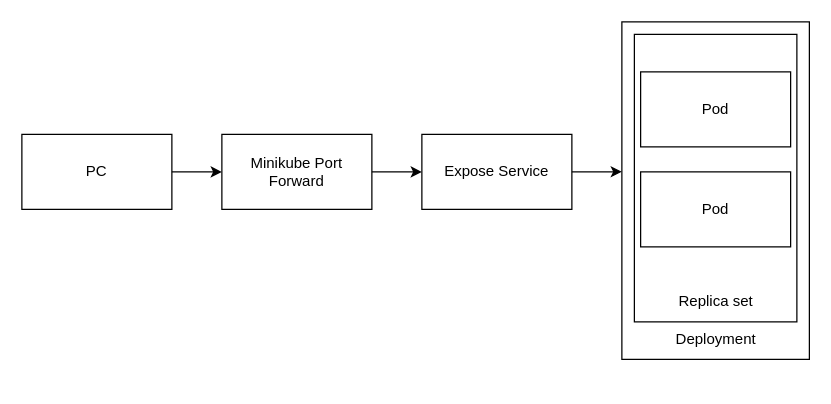
Before: lab2/Диаграмма без названия.drawio in Krylovv/2022_2023-introduction_to_distributed_technologies-k4110c-krylov_a_e, a draw.io diagram. Source tidied: cells renumbered, new cells numbered last; positions are measured from the earlier drawing's top-left corner, leaving out a move shared by most shapes. Both pictures are drawn from the tidied source at 125%, with x=0, y=0 at pixel (21, 21).
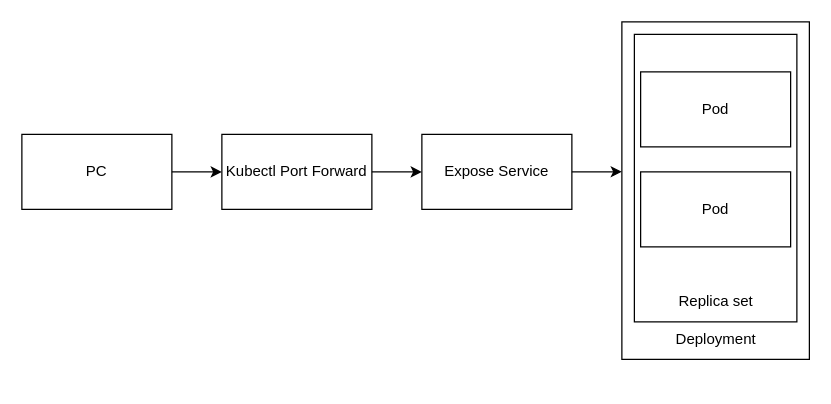
After the change.

Diff of the diagram source:
```diff
@@
 <mxGraphModel>
   <root>
     <mxCell id="0" />
     <mxCell id="1" parent="0" />
     <mxCell id="2" value="&lt;p style=&quot;line-height: 120%;&quot;&gt;&lt;br&gt;&lt;/p&gt;" style="rounded=0;whiteSpace=wrap;html=1;align=left;" parent="1" vertex="1">
       <mxGeometry x="480" width="150" height="270" as="geometry" />
     </mxCell>
     <mxCell id="3" value="&lt;p&gt;&lt;font style=&quot;font-size: 12px; font-weight: normal;&quot;&gt;Deployment&lt;/font&gt;&lt;/p&gt;" style="text;strokeColor=none;fillColor=none;html=1;fontSize=24;fontStyle=1;verticalAlign=middle;align=center;" parent="1" vertex="1">
       <mxGeometry x="505" y="230" width="100" height="40" as="geometry" />
     </mxCell>
     <mxCell id="4" style="rounded=0;whiteSpace=wrap;html=1;fontSize=12;" parent="1" vertex="1">
       <mxGeometry x="490" y="10" width="130" height="230" as="geometry" />
     </mxCell>
     <mxCell id="5" value="&lt;span style=&quot;font-weight: normal;&quot;&gt;&lt;font style=&quot;font-size: 12px;&quot;&gt;Replica set&lt;/font&gt;&lt;/span&gt;" style="text;strokeColor=none;fillColor=none;html=1;fontSize=24;fontStyle=1;verticalAlign=middle;align=center;" parent="1" vertex="1">
       <mxGeometry x="505" y="200" width="100" height="40" as="geometry" />
     </mxCell>
     <mxCell id="6" value="Pod" style="rounded=0;whiteSpace=wrap;html=1;fontSize=12;" parent="1" vertex="1">
       <mxGeometry x="495" y="40" width="120" height="60" as="geometry" />
     </mxCell>
     <mxCell id="7" value="Pod" style="rounded=0;whiteSpace=wrap;html=1;fontSize=12;" parent="1" vertex="1">
       <mxGeometry x="495" y="120" width="120" height="60" as="geometry" />
     </mxCell>
     <mxCell id="8" value="Expose Service" style="rounded=0;whiteSpace=wrap;html=1;fontSize=12;" parent="1" vertex="1">
       <mxGeometry x="320" y="90" width="120" height="60" as="geometry" />
     </mxCell>
     <mxCell id="9" style="endArrow=classic;html=1;rounded=0;fontSize=12;exitX=1;exitY=0.5;exitDx=0;exitDy=0;entryX=0;entryY=0.444;entryDx=0;entryDy=0;entryPerimeter=0;" parent="1" edge="1" source="8" target="2">
       <mxGeometry relative="1" as="geometry" />
     </mxCell>
-    <mxCell id="10" value="Minikube Port Forward" style="rounded=0;whiteSpace=wrap;html=1;fontSize=12;" parent="1" vertex="1">
+    <mxCell id="10" value="Kubectl Port Forward" style="rounded=0;whiteSpace=wrap;html=1;fontSize=12;" parent="1" vertex="1">
       <mxGeometry x="160" y="90" width="120" height="60" as="geometry" />
     </mxCell>
     <mxCell id="11" style="endArrow=classic;html=1;rounded=0;fontSize=12;exitX=1;exitY=0.5;exitDx=0;exitDy=0;entryX=0;entryY=0.5;entryDx=0;entryDy=0;" parent="1" edge="1" source="10" target="8">
       <mxGeometry relative="1" as="geometry" />
     </mxCell>
     <mxCell id="12" value="PC" style="rounded=0;whiteSpace=wrap;html=1;fontSize=12;" parent="1" vertex="1">
       <mxGeometry y="90" width="120" height="60" as="geometry" />
     </mxCell>
     <mxCell id="13" style="endArrow=classic;html=1;rounded=0;fontSize=12;exitX=1;exitY=0.5;exitDx=0;exitDy=0;" parent="1" edge="1" source="12">
       <mxGeometry relative="1" as="geometry">
         <mxPoint x="160" y="120" as="targetPoint" />
       </mxGeometry>
     </mxCell>
   </root>
 </mxGraphModel>
```
